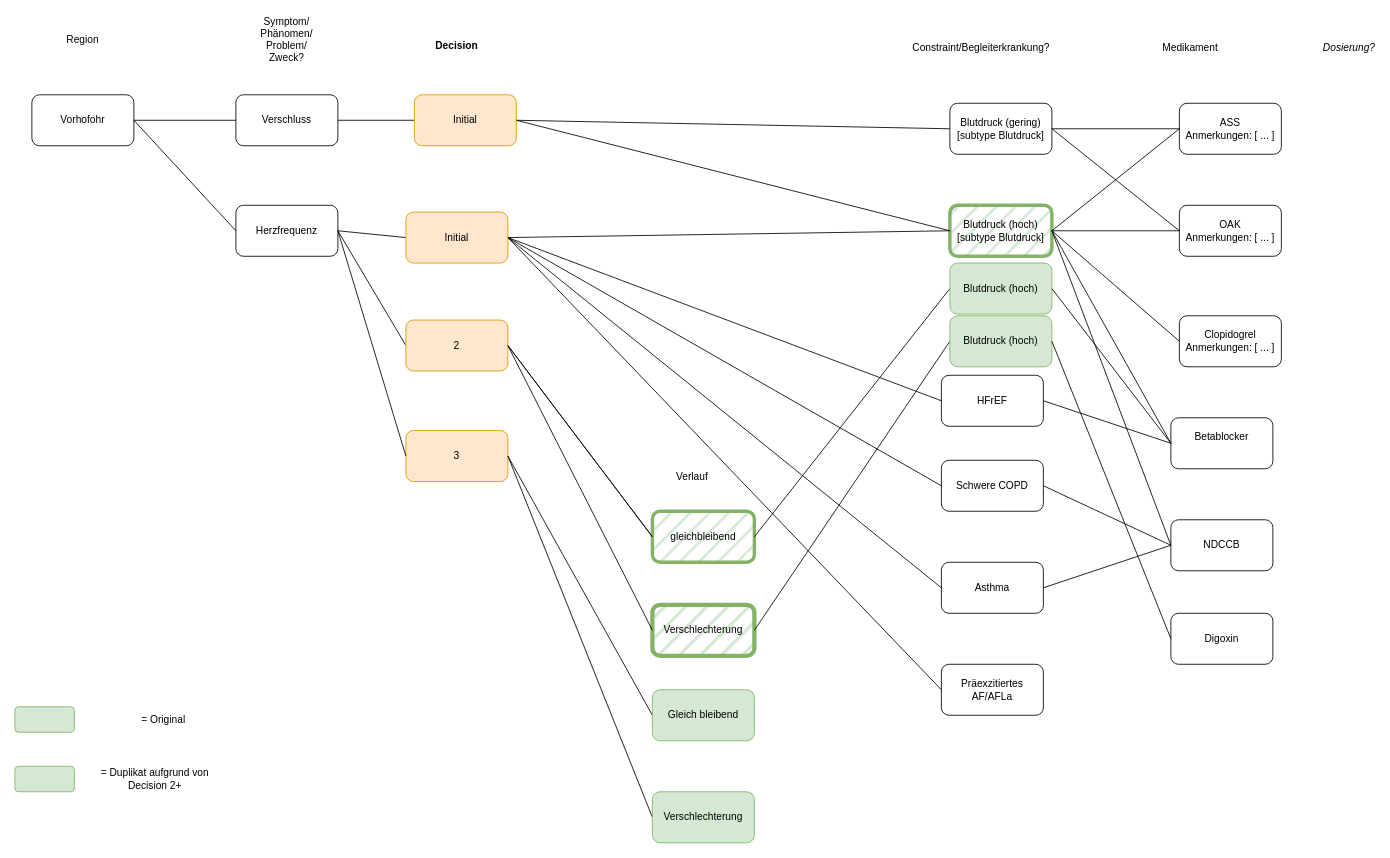
The draw.io diagram Tabelle.drawio in phiwi/phiwi.github.io, before the edit. Source tidied: cells renumbered, new cells numbered last; positions are measured from the earlier drawing's top-left corner, leaving out a move shared by most shapes. Both pictures are drawn from the tidied source at 85%, with x=0, y=0 at pixel (14, 26).
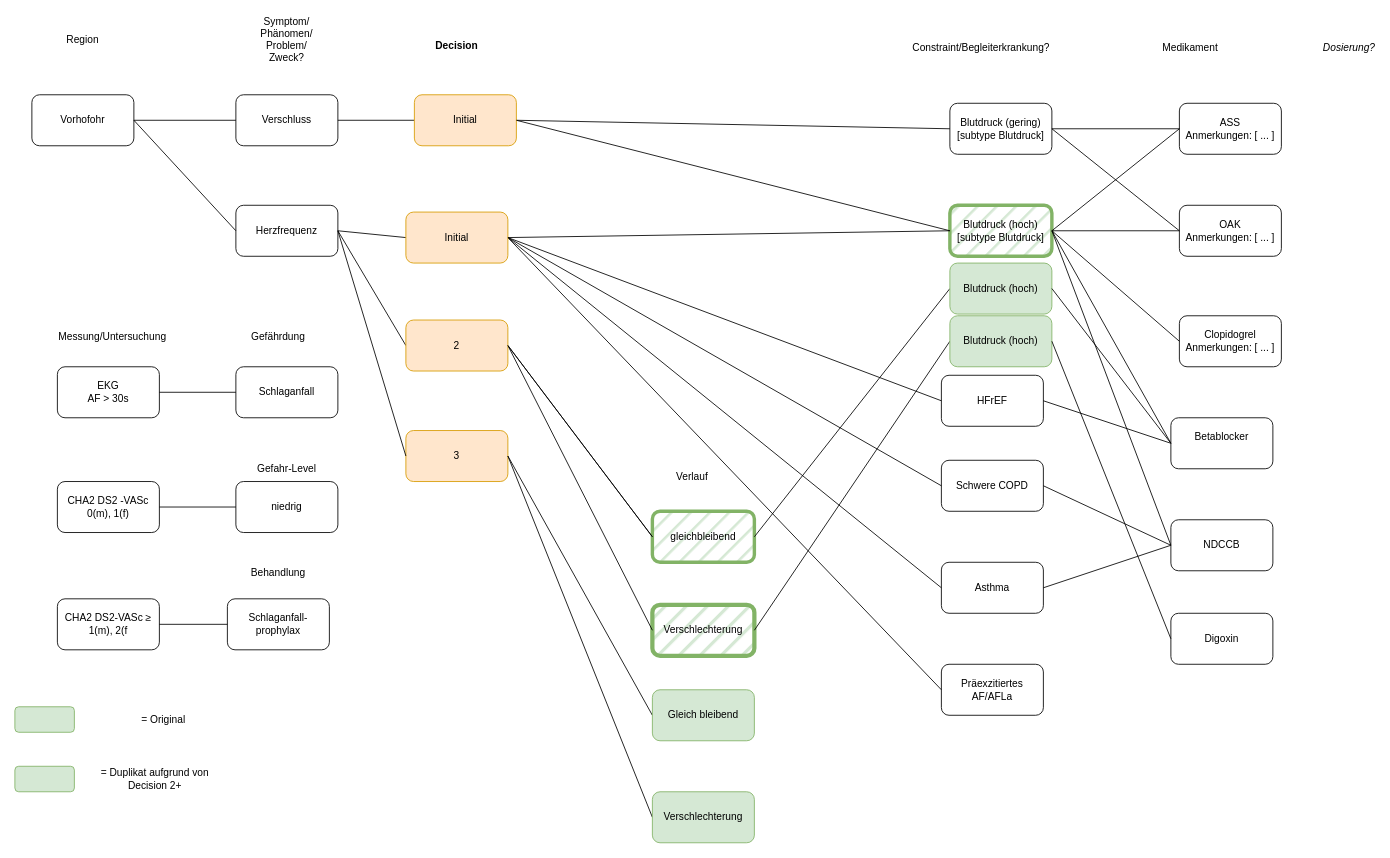
The same page after the edit.

Diff of the diagram source:
```diff
@@
+    <mxCell id="70" value="&lt;div&gt;EKG&lt;/div&gt;&lt;div&gt;AF &amp;gt; 30s&lt;br&gt;&lt;/div&gt;" style="rounded=1;whiteSpace=wrap;html=1;" parent="1" vertex="1">
+      <mxGeometry x="50" y="400" width="120" height="60" as="geometry" />
+    </mxCell>
+    <mxCell id="71" value="Messung/Untersuchung" style="text;html=1;align=center;verticalAlign=middle;whiteSpace=wrap;rounded=0;" parent="1" vertex="1">
+      <mxGeometry x="85" y="350" width="60" height="30" as="geometry" />
+    </mxCell>
+    <mxCell id="72" value="Schlaganfall" style="rounded=1;whiteSpace=wrap;html=1;" parent="1" vertex="1">
+      <mxGeometry x="260" y="400" width="120" height="60" as="geometry" />
+    </mxCell>
+    <mxCell id="73" style="endArrow=none;html=1;rounded=0;exitX=1;exitY=0.5;exitDx=0;exitDy=0;entryX=0;entryY=0.5;entryDx=0;entryDy=0;" parent="1" edge="1" source="70" target="72">
+      <mxGeometry relative="1" as="geometry" />
+    </mxCell>
+    <mxCell id="74" value="&lt;div&gt;CHA2 DS2 -VASc 0(m), 1(f)&lt;br&gt;&lt;/div&gt;" style="rounded=1;whiteSpace=wrap;html=1;" parent="1" vertex="1">
+      <mxGeometry x="50" y="535" width="120" height="60" as="geometry" />
+    </mxCell>
+    <mxCell id="75" value="Schlaganfall-prophylax" style="rounded=1;whiteSpace=wrap;html=1;" parent="1" vertex="1">
+      <mxGeometry x="250" y="673" width="120" height="60" as="geometry" />
+    </mxCell>
+    <mxCell id="76" value="Behandlung" style="text;html=1;align=center;verticalAlign=middle;whiteSpace=wrap;rounded=0;" parent="1" vertex="1">
+      <mxGeometry x="280" y="628" width="60" height="30" as="geometry" />
+    </mxCell>
+    <mxCell id="77" value="niedrig" style="rounded=1;whiteSpace=wrap;html=1;" parent="1" vertex="1">
+      <mxGeometry x="260" y="535" width="120" height="60" as="geometry" />
+    </mxCell>
+    <mxCell id="78" style="endArrow=none;html=1;rounded=0;entryX=0;entryY=0.5;entryDx=0;entryDy=0;exitX=1;exitY=0.5;exitDx=0;exitDy=0;" parent="1" edge="1" source="74" target="77">
+      <mxGeometry relative="1" as="geometry" />
+    </mxCell>
+    <mxCell id="79" value="Gefahr-Level" style="text;html=1;align=center;verticalAlign=middle;whiteSpace=wrap;rounded=0;" parent="1" vertex="1">
+      <mxGeometry x="270" y="505" width="100" height="30" as="geometry" />
+    </mxCell>
+    <mxCell id="80" value="&lt;div&gt;CHA2 DS2-VASc ≥ 1(m), 2(f&lt;br&gt;&lt;/div&gt;" style="rounded=1;whiteSpace=wrap;html=1;" parent="1" vertex="1">
+      <mxGeometry x="50" y="673" width="120" height="60" as="geometry" />
+    </mxCell>
+    <mxCell id="81" value="Gefährdung" style="text;html=1;align=center;verticalAlign=middle;whiteSpace=wrap;rounded=0;" parent="1" vertex="1">
+      <mxGeometry x="280" y="350" width="60" height="30" as="geometry" />
+    </mxCell>
+    <mxCell id="82" style="endArrow=none;html=1;rounded=0;entryX=0;entryY=0.5;entryDx=0;entryDy=0;exitX=1;exitY=0.5;exitDx=0;exitDy=0;" parent="1" edge="1" source="80" target="75">
+      <mxGeometry relative="1" as="geometry" />
+    </mxCell>
```
